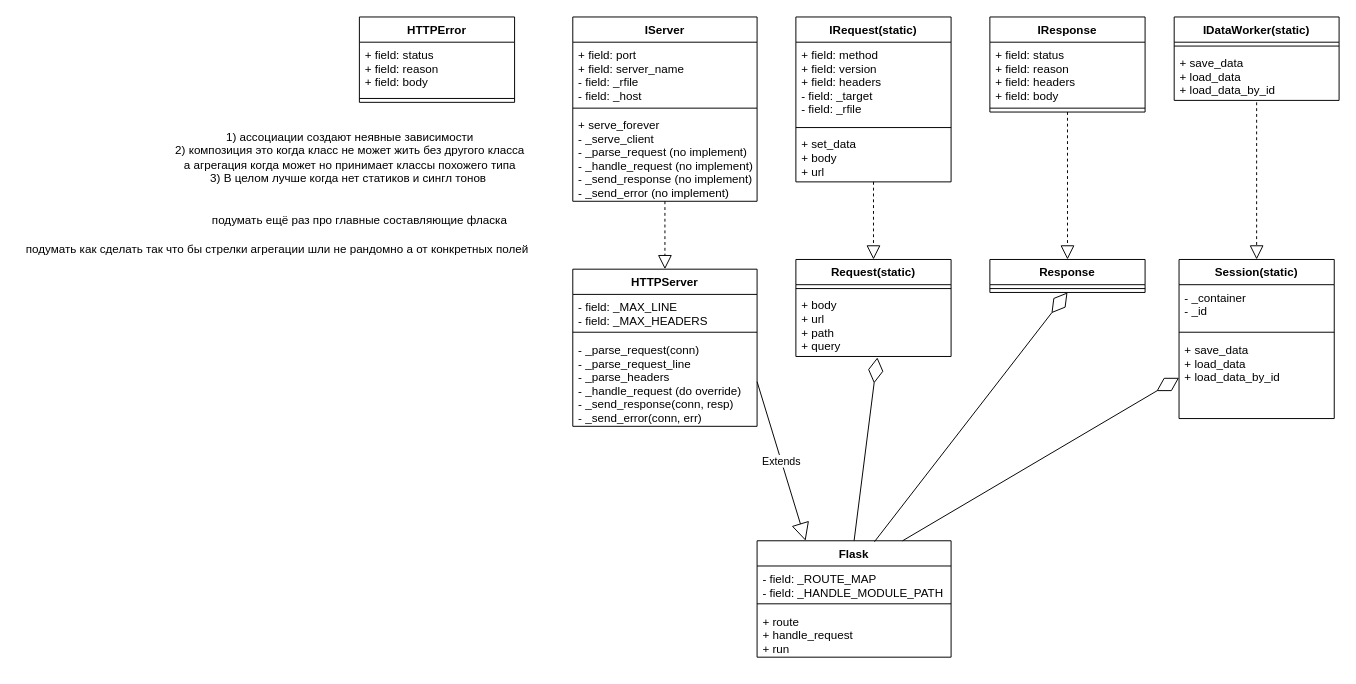
Earlier version of the draw.io diagram my_flask.drawio (AlexanderKorovayev/MyFlask). Source tidied: cells renumbered, new cells numbered last; positions are measured from the earlier drawing's top-left corner, leaving out a move shared by most shapes. Both pictures are drawn from the tidied source at 97%, with x=0, y=0 at pixel (19, 16).
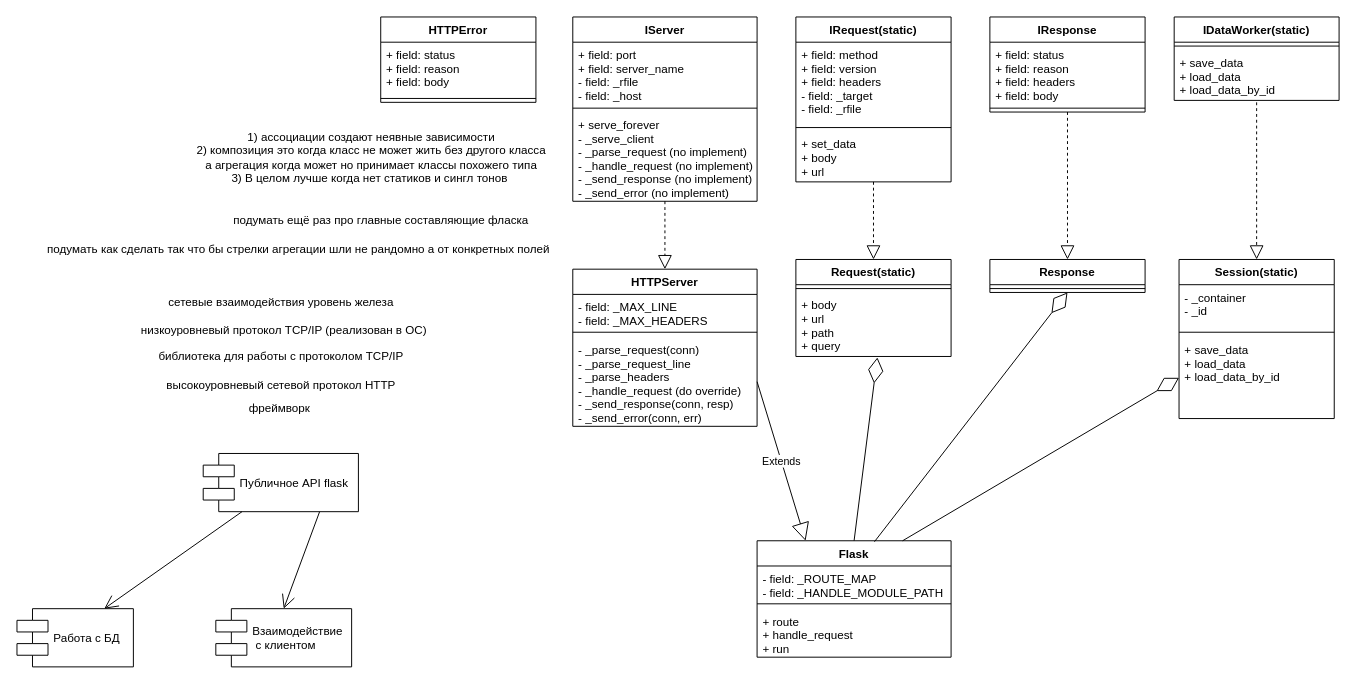
The same diagram, later.

Commit message:
работа над архитектурой

What changed in the source:
```diff
@@
     <mxCell id="16" value="HTTPError" style="swimlane;fontStyle=1;align=center;verticalAlign=top;horizontal=1;startSize=26;" parent="1" vertex="1">
-      <mxGeometry x="350" width="160" height="88" as="geometry" />
+      <mxGeometry x="372" width="160" height="88" as="geometry" />
     </mxCell>
@@
     <mxCell id="44" value="1) ассоциации создают неявные зависимости&lt;br&gt;2) композиция это когда класс не может жить без другого класса&lt;br&gt;а агрегация когда может но принимает классы похожего типа&lt;br&gt;3) В целом лучше когда нет статиков и сингл тонов&amp;nbsp;" style="text;html=1;align=center;verticalAlign=middle;" parent="1" vertex="1">
-      <mxGeometry x="150" y="115" width="380" height="60" as="geometry" />
+      <mxGeometry x="172" y="115" width="380" height="60" as="geometry" />
     </mxCell>
     <mxCell id="45" value="подумать ещё раз про главные составляющие фласка" style="text;html=1;align=center;verticalAlign=middle;" parent="1" vertex="1">
-      <mxGeometry x="190" y="200" width="320" height="20" as="geometry" />
+      <mxGeometry x="212" y="200" width="320" height="20" as="geometry" />
     </mxCell>
     <mxCell id="46" value="подумать как сделать так что бы стрелки агрегации шли не рандомно а от конкретных полей" style="text;html=1;align=center;verticalAlign=middle;" parent="1" vertex="1">
-      <mxGeometry y="230" width="530" height="20" as="geometry" />
+      <mxGeometry x="22" y="230" width="530" height="20" as="geometry" />
     </mxCell>
+    <mxCell id="47" value="библиотека для работы с протоколом TCP/IP" style="text;html=1;align=center;verticalAlign=middle;" parent="1" vertex="1">
+      <mxGeometry x="134" y="340" width="270" height="20" as="geometry" />
+    </mxCell>
+    <mxCell id="48" value="высокоуровневый сетевой протокол HTTP" style="text;html=1;align=center;verticalAlign=middle;" parent="1" vertex="1">
+      <mxGeometry x="144" y="370" width="250" height="20" as="geometry" />
+    </mxCell>
+    <mxCell id="49" value="фреймворк&amp;nbsp;" style="text;html=1;align=center;verticalAlign=middle;" parent="1" vertex="1">
+      <mxGeometry x="229" y="394" width="80" height="20" as="geometry" />
+    </mxCell>
+    <mxCell id="50" value="сетевые взаимодействия уровень железа" style="text;html=1;align=center;verticalAlign=middle;" parent="1" vertex="1">
+      <mxGeometry x="144" y="284" width="250" height="20" as="geometry" />
+    </mxCell>
+    <mxCell id="51" value="низкоуровневый протокол TCP/IP (реализован в ОС)" style="text;html=1;align=center;verticalAlign=middle;" parent="1" vertex="1">
+      <mxGeometry x="117" y="313" width="310" height="20" as="geometry" />
+    </mxCell>
+    <mxCell id="52" value="Взаимодействие&#10; с клиентом" style="shape=component;align=left;spacingLeft=36;" parent="1" vertex="1">
+      <mxGeometry x="202" y="610" width="140" height="60" as="geometry" />
+    </mxCell>
+    <mxCell id="53" value="Публичное API flask" style="shape=component;align=left;spacingLeft=36;" parent="1" vertex="1">
+      <mxGeometry x="189" y="450" width="160" height="60" as="geometry" />
+    </mxCell>
+    <mxCell id="54" value="Работа с БД" style="shape=component;align=left;spacingLeft=36;" parent="1" vertex="1">
+      <mxGeometry x="-3" y="610" width="120" height="60" as="geometry" />
+    </mxCell>
+    <mxCell id="55" style="endArrow=open;endFill=1;endSize=12;html=1;exitX=0.75;exitY=1;exitDx=0;exitDy=0;entryX=0.5;entryY=0;entryDx=0;entryDy=0;" parent="1" edge="1" source="53" target="52">
+      <mxGeometry relative="1" as="geometry" />
+    </mxCell>
+    <mxCell id="56" style="endArrow=open;endFill=1;endSize=12;html=1;exitX=0.25;exitY=1;exitDx=0;exitDy=0;entryX=0.75;entryY=0;entryDx=0;entryDy=0;" parent="1" edge="1" source="53" target="54">
+      <mxGeometry relative="1" as="geometry" />
+    </mxCell>
```
